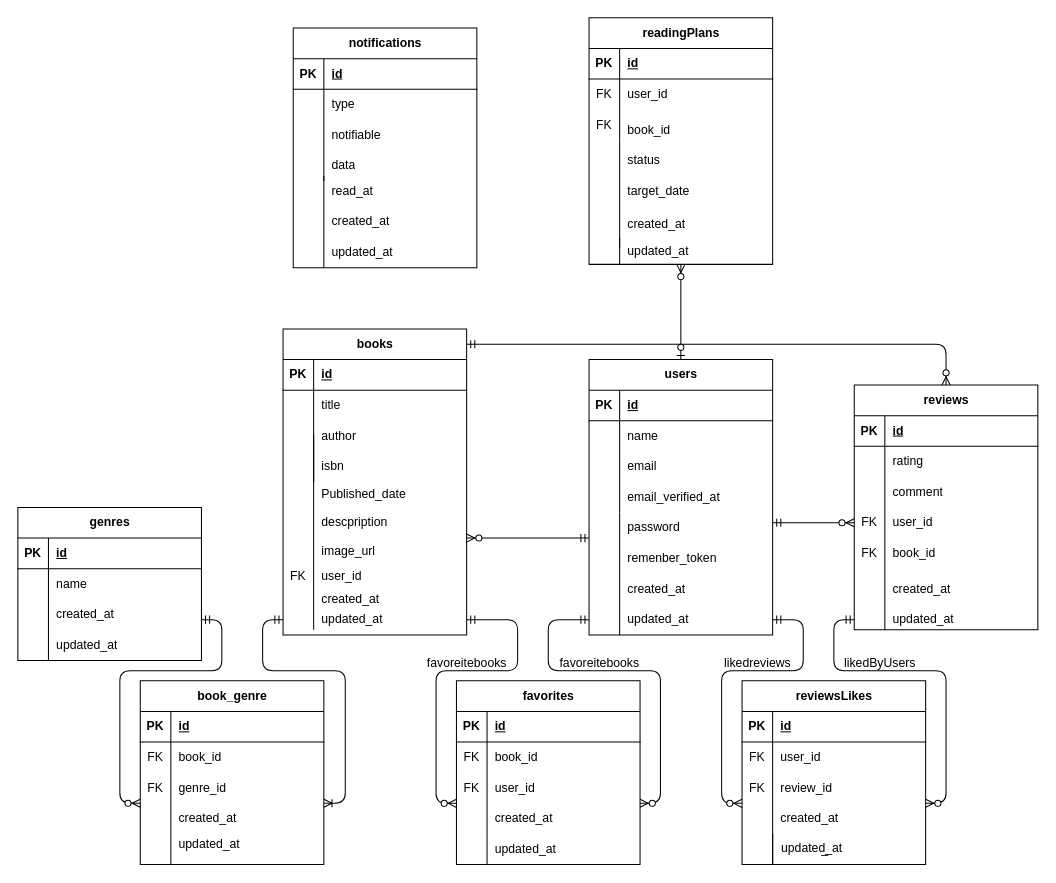
Earlier version of the draw.io diagram ER.drawio (nara773work/BookShelf). Source tidied: cells renumbered, new cells numbered last; positions are measured from the earlier drawing's top-left corner, leaving out a move shared by most shapes. Both pictures are drawn from the tidied source at 102%, with x=0, y=0 at pixel (17, 17).
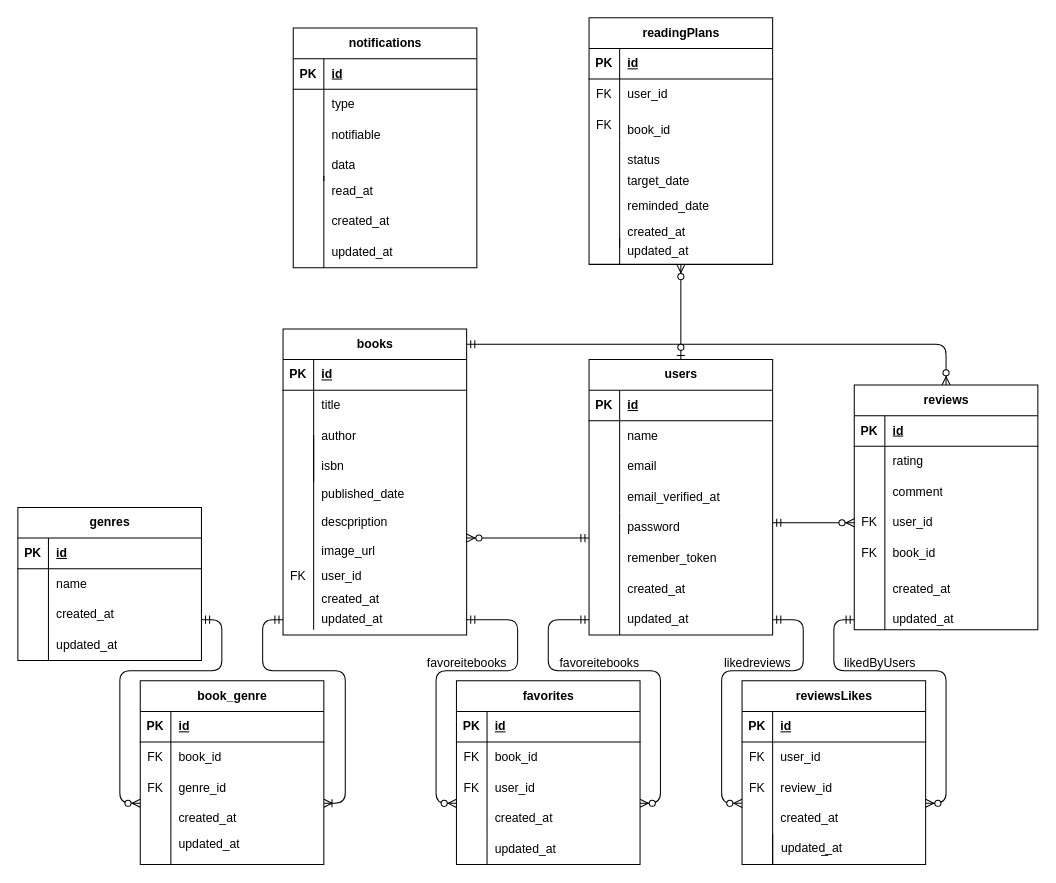
The same diagram, later.

Unchanged cells that the change refers to:
```xml
<mxCell id="23" style="group;" parent="22" vertex="1">
  <mxGeometry y="40" width="188.5" height="300" as="geometry" />
</mxCell>
<mxCell id="146" style="group;" parent="145" vertex="1">
  <mxGeometry width="190" height="241.7" as="geometry" />
</mxCell>
<mxCell id="147" style="group;" parent="146" vertex="1">
  <mxGeometry x="30" y="190" width="160" height="51.7" as="geometry" />
</mxCell>
```

Diff of the diagram source:
```diff
@@
-    <mxCell id="41" value="Published_date" style="shape=partialRectangle;fillColor=none;top=0;left=0;bottom=0;right=0;align=left;spacingLeft=6;overflow=hidden;whiteSpace=wrap;html=1;" parent="23" vertex="1">
+    <mxCell id="41" value="published_date" style="shape=partialRectangle;fillColor=none;top=0;left=0;bottom=0;right=0;align=left;spacingLeft=6;overflow=hidden;whiteSpace=wrap;html=1;" parent="23" vertex="1">
       <mxGeometry x="30" y="150" width="150" height="23.9" as="geometry" />
     </mxCell>
@@
-    <mxCell id="148" value="created_at" style="shape=partialRectangle;fillColor=none;top=0;left=0;bottom=0;right=0;align=left;spacingLeft=6;overflow=hidden;whiteSpace=wrap;html=1;" parent="147" vertex="1">
-      <mxGeometry width="150" height="25.8" as="geometry" />
-    </mxCell>
-    <mxCell id="149" value="updated_at" style="shape=partialRectangle;fillColor=none;top=0;left=0;bottom=0;right=0;align=left;spacingLeft=6;overflow=hidden;whiteSpace=wrap;html=1;" parent="147" vertex="1">
-      <mxGeometry y="25.8" width="160" height="25.8" as="geometry" />
-    </mxCell>
@@
     <mxCell id="151" style="group;" parent="146" vertex="1">
-      <mxGeometry width="180" height="241.7" as="geometry" />
+      <mxGeometry width="190" height="241.7" as="geometry" />
     </mxCell>
@@
     <mxCell id="164" value="target_date" style="shape=partialRectangle;fillColor=none;top=0;left=0;bottom=0;right=0;align=left;spacingLeft=6;overflow=hidden;whiteSpace=wrap;html=1;" parent="151" vertex="1">
-      <mxGeometry x="30" y="150" width="150" height="39.5" as="geometry" />
+      <mxGeometry x="30" y="150" width="150" height="20" as="geometry" />
     </mxCell>
+    <mxCell id="185" value="reminded_date" style="shape=partialRectangle;fillColor=none;top=0;left=0;bottom=0;right=0;align=left;spacingLeft=6;overflow=hidden;whiteSpace=wrap;html=1;" parent="151" vertex="1">
+      <mxGeometry x="30" y="170" width="150" height="30" as="geometry" />
+    </mxCell>
+    <mxCell id="149" value="updated_at" style="shape=partialRectangle;fillColor=none;top=0;left=0;bottom=0;right=0;align=left;spacingLeft=6;overflow=hidden;whiteSpace=wrap;html=1;" parent="151" vertex="1">
+      <mxGeometry x="30" y="215.8" width="160" height="25.8" as="geometry" />
+    </mxCell>
+    <mxCell id="148" value="created_at" style="shape=partialRectangle;fillColor=none;top=0;left=0;bottom=0;right=0;align=left;spacingLeft=6;overflow=hidden;whiteSpace=wrap;html=1;" parent="151" vertex="1">
+      <mxGeometry x="30" y="200" width="150" height="20" as="geometry" />
+    </mxCell>
```
